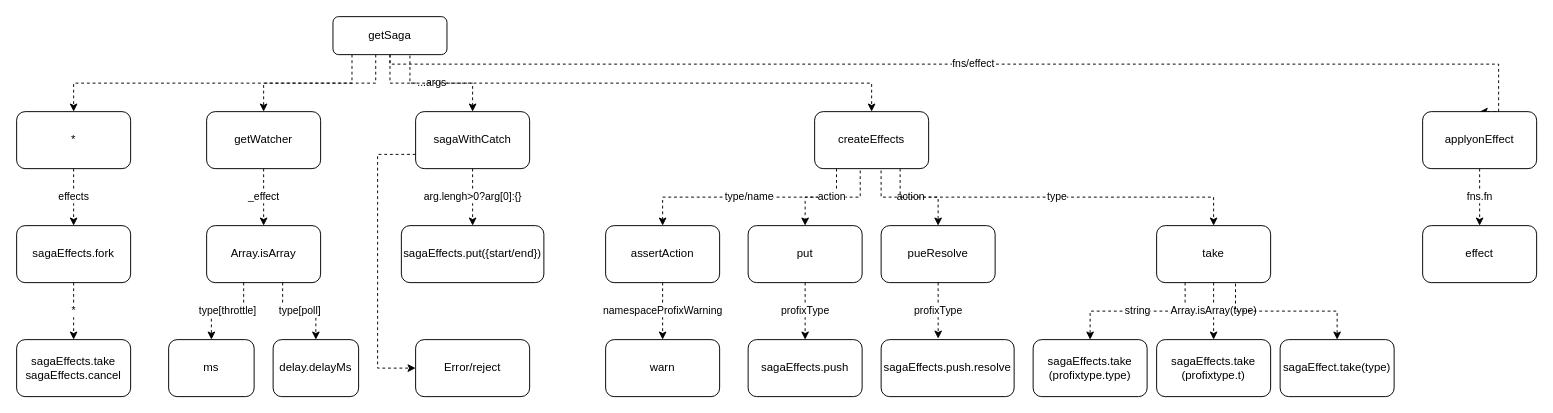
Above: page "getSaga" (3 of 6) of background-flutter/other/dva.drawio in hexipei/draw.io (draw.io), before the change. Source tidied: cells renumbered, new cells numbered last; positions are measured from the earlier drawing's top-left corner, leaving out a move shared by most shapes. Both pictures are drawn from the tidied source at 95%, with x=0, y=0 at pixel (16, 16).
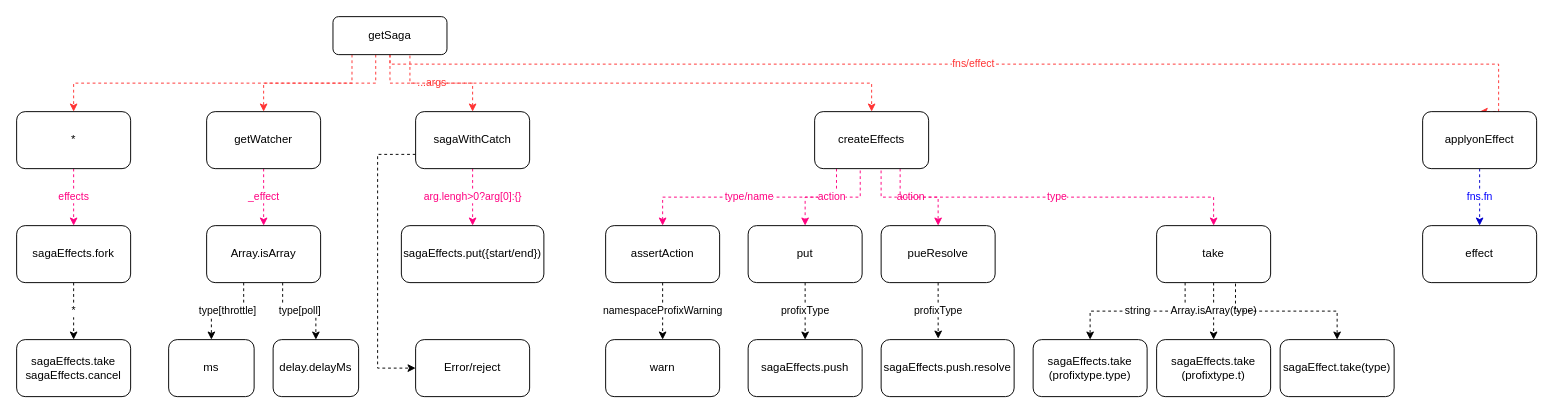
Above is the later version.

Unchanged cells that the change refers to:
```xml
<mxCell id="7" value="getSaga" style="rounded=1;whiteSpace=wrap;html=1;" parent="1" vertex="1">
  <mxGeometry x="333" width="120" height="40" as="geometry" />
</mxCell>
<mxCell id="9" value="*" style="rounded=1;whiteSpace=wrap;html=1;" parent="1" vertex="1">
  <mxGeometry y="100" width="120" height="60" as="geometry" />
</mxCell>
<mxCell id="11" value="sagaEffects.fork" style="rounded=1;whiteSpace=wrap;html=1;" parent="1" vertex="1">
  <mxGeometry y="220" width="120" height="60" as="geometry" />
</mxCell>
<mxCell id="14" value="getWatcher" style="rounded=1;whiteSpace=wrap;html=1;" parent="1" vertex="1">
  <mxGeometry x="200" y="100" width="120" height="60" as="geometry" />
</mxCell>
<mxCell id="17" value="Array.isArray" style="rounded=1;whiteSpace=wrap;html=1;" parent="1" vertex="1">
  <mxGeometry x="200" y="220" width="120" height="60" as="geometry" />
</mxCell>
<mxCell id="22" value="sagaWithCatch" style="rounded=1;whiteSpace=wrap;html=1;" parent="1" vertex="1">
  <mxGeometry x="420" y="100" width="120" height="60" as="geometry" />
</mxCell>
<mxCell id="23" value="sagaEffects.put({start/end})" style="rounded=1;whiteSpace=wrap;html=1;" parent="1" vertex="1">
  <mxGeometry x="405" y="220" width="150" height="60" as="geometry" />
</mxCell>
<mxCell id="29" value="createEffects" style="rounded=1;whiteSpace=wrap;html=1;" parent="1" vertex="1">
  <mxGeometry x="840" y="100" width="120" height="60" as="geometry" />
</mxCell>
<mxCell id="31" value="assertAction" style="rounded=1;whiteSpace=wrap;html=1;" parent="1" vertex="1">
  <mxGeometry x="620" y="220" width="120" height="60" as="geometry" />
</mxCell>
<mxCell id="34" value="put" style="rounded=1;whiteSpace=wrap;html=1;" parent="1" vertex="1">
  <mxGeometry x="770" y="220" width="120" height="60" as="geometry" />
</mxCell>
<mxCell id="37" value="pueResolve" style="rounded=1;whiteSpace=wrap;html=1;" parent="1" vertex="1">
  <mxGeometry x="910" y="220" width="120" height="60" as="geometry" />
</mxCell>
<mxCell id="42" value="take" style="rounded=1;whiteSpace=wrap;html=1;" parent="1" vertex="1">
  <mxGeometry x="1200" y="220" width="120" height="60" as="geometry" />
</mxCell>
<mxCell id="47" value="applyonEffect" style="rounded=1;whiteSpace=wrap;html=1;" parent="1" vertex="1">
  <mxGeometry x="1480" y="100" width="120" height="60" as="geometry" />
</mxCell>
<mxCell id="48" value="effect" style="rounded=1;whiteSpace=wrap;html=1;" parent="1" vertex="1">
  <mxGeometry x="1480" y="220" width="120" height="60" as="geometry" />
</mxCell>
```

The edit, as a diff of the source:
```diff
@@
-    <mxCell id="2" style="edgeStyle=orthogonalEdgeStyle;rounded=0;jettySize=auto;html=1;exitX=0.167;exitY=1;exitDx=0;exitDy=0;entryX=0.5;entryY=0;entryDx=0;entryDy=0;dashed=1;exitPerimeter=0;" parent="1" edge="1" source="7" target="9">
+    <mxCell id="2" style="edgeStyle=orthogonalEdgeStyle;rounded=0;jettySize=auto;html=1;exitX=0.167;exitY=1;exitDx=0;exitDy=0;entryX=0.5;entryY=0;entryDx=0;entryDy=0;dashed=1;exitPerimeter=0;fontColor=#FF3333;labelBackgroundColor=#FFFFFF;strokeColor=#FF3333;" parent="1" edge="1" source="7" target="9">
       <mxGeometry relative="1" as="geometry" />
     </mxCell>
-    <mxCell id="3" style="edgeStyle=orthogonalEdgeStyle;rounded=0;jettySize=auto;html=1;exitX=0.375;exitY=1;exitDx=0;exitDy=0;dashed=1;exitPerimeter=0;" parent="1" edge="1" source="7" target="14">
+    <mxCell id="3" style="edgeStyle=orthogonalEdgeStyle;rounded=0;jettySize=auto;html=1;exitX=0.375;exitY=1;exitDx=0;exitDy=0;dashed=1;exitPerimeter=0;fontColor=#FF3333;labelBackgroundColor=#FFFFFF;strokeColor=#FF3333;" parent="1" edge="1" source="7" target="14">
       <mxGeometry relative="1" as="geometry" />
     </mxCell>
-    <mxCell id="4" value="...args" style="edgeStyle=orthogonalEdgeStyle;rounded=0;jettySize=auto;html=1;exitX=0.5;exitY=1;exitDx=0;exitDy=0;entryX=0.5;entryY=0;entryDx=0;entryDy=0;dashed=1;" parent="1" edge="1" source="7" target="22">
+    <mxCell id="4" value="...args" style="edgeStyle=orthogonalEdgeStyle;rounded=0;jettySize=auto;html=1;exitX=0.5;exitY=1;exitDx=0;exitDy=0;entryX=0.5;entryY=0;entryDx=0;entryDy=0;dashed=1;fontColor=#FF3333;labelBackgroundColor=#FFFFFF;strokeColor=#FF3333;" parent="1" edge="1" source="7" target="22">
       <mxGeometry relative="1" as="geometry" />
     </mxCell>
-    <mxCell id="5" style="edgeStyle=orthogonalEdgeStyle;rounded=0;jettySize=auto;html=1;exitX=0.675;exitY=1.025;exitDx=0;exitDy=0;entryX=0.5;entryY=0;entryDx=0;entryDy=0;dashed=1;exitPerimeter=0;" parent="1" edge="1" source="7" target="29">
+    <mxCell id="5" style="edgeStyle=orthogonalEdgeStyle;rounded=0;jettySize=auto;html=1;exitX=0.675;exitY=1.025;exitDx=0;exitDy=0;entryX=0.5;entryY=0;entryDx=0;entryDy=0;dashed=1;exitPerimeter=0;fontColor=#FF3333;labelBackgroundColor=#FFFFFF;strokeColor=#FF3333;" parent="1" edge="1" source="7" target="29">
       <mxGeometry relative="1" as="geometry" />
     </mxCell>
-    <mxCell id="6" value="fns/effect" style="edgeStyle=orthogonalEdgeStyle;rounded=0;jettySize=auto;html=1;exitX=0.5;exitY=1;exitDx=0;exitDy=0;entryX=0.5;entryY=0;entryDx=0;entryDy=0;dashed=1;" parent="1" edge="1" source="7" target="47">
+    <mxCell id="6" value="fns/effect" style="edgeStyle=orthogonalEdgeStyle;rounded=0;jettySize=auto;html=1;exitX=0.5;exitY=1;exitDx=0;exitDy=0;entryX=0.5;entryY=0;entryDx=0;entryDy=0;dashed=1;fontColor=#FF3333;labelBackgroundColor=#FFFFFF;strokeColor=#FF3333;" parent="1" edge="1" source="7" target="47">
       <mxGeometry relative="1" as="geometry">
         <Array as="points">
           <mxPoint x="393" y="50" />
           <mxPoint x="1560" y="50" />
         </Array>
       </mxGeometry>
     </mxCell>
@@
-    <mxCell id="8" value="effects" style="edgeStyle=orthogonalEdgeStyle;rounded=0;jettySize=auto;html=1;exitX=0.5;exitY=1;exitDx=0;exitDy=0;entryX=0.5;entryY=0;entryDx=0;entryDy=0;dashed=1;" parent="1" edge="1" source="9" target="11">
+    <mxCell id="8" value="effects" style="edgeStyle=orthogonalEdgeStyle;rounded=0;jettySize=auto;html=1;exitX=0.5;exitY=1;exitDx=0;exitDy=0;entryX=0.5;entryY=0;entryDx=0;entryDy=0;dashed=1;strokeColor=#FF0080;fontColor=#FF0080;" parent="1" edge="1" source="9" target="11">
       <mxGeometry relative="1" as="geometry" />
     </mxCell>
@@
-    <mxCell id="13" value="_effect" style="edgeStyle=orthogonalEdgeStyle;rounded=0;jettySize=auto;html=1;exitX=0.5;exitY=1;exitDx=0;exitDy=0;entryX=0.5;entryY=0;entryDx=0;entryDy=0;dashed=1;" parent="1" edge="1" source="14" target="17">
+    <mxCell id="13" value="_effect" style="edgeStyle=orthogonalEdgeStyle;rounded=0;jettySize=auto;html=1;exitX=0.5;exitY=1;exitDx=0;exitDy=0;entryX=0.5;entryY=0;entryDx=0;entryDy=0;dashed=1;strokeColor=#FF0080;fontColor=#FF0080;" parent="1" edge="1" source="14" target="17">
       <mxGeometry relative="1" as="geometry" />
     </mxCell>
@@
-    <mxCell id="20" value="arg.lengh&amp;gt;0?arg[0]:{}" style="edgeStyle=orthogonalEdgeStyle;rounded=0;jettySize=auto;html=1;exitX=0.5;exitY=1;exitDx=0;exitDy=0;dashed=1;" parent="1" edge="1" source="22" target="23">
+    <mxCell id="20" value="arg.lengh&amp;gt;0?arg[0]:{}" style="edgeStyle=orthogonalEdgeStyle;rounded=0;jettySize=auto;html=1;exitX=0.5;exitY=1;exitDx=0;exitDy=0;dashed=1;strokeColor=#FF0080;fontColor=#FF0080;" parent="1" edge="1" source="22" target="23">
       <mxGeometry relative="1" as="geometry" />
     </mxCell>
@@
-    <mxCell id="25" value="type/name" style="edgeStyle=orthogonalEdgeStyle;rounded=0;jettySize=auto;html=1;exitX=0.192;exitY=1;exitDx=0;exitDy=0;entryX=0.5;entryY=0;entryDx=0;entryDy=0;dashed=1;exitPerimeter=0;" parent="1" edge="1" source="29" target="31">
+    <mxCell id="25" value="type/name" style="edgeStyle=orthogonalEdgeStyle;rounded=0;jettySize=auto;html=1;exitX=0.192;exitY=1;exitDx=0;exitDy=0;entryX=0.5;entryY=0;entryDx=0;entryDy=0;dashed=1;exitPerimeter=0;fontColor=#FF0080;strokeColor=#FF0080;" parent="1" edge="1" source="29" target="31">
       <mxGeometry relative="1" as="geometry" />
     </mxCell>
-    <mxCell id="26" value="action" style="edgeStyle=orthogonalEdgeStyle;rounded=0;jettySize=auto;html=1;exitX=0.4;exitY=1.033;exitDx=0;exitDy=0;entryX=0.5;entryY=0;entryDx=0;entryDy=0;dashed=1;exitPerimeter=0;" parent="1" edge="1" source="29" target="34">
+    <mxCell id="26" value="action" style="edgeStyle=orthogonalEdgeStyle;rounded=0;jettySize=auto;html=1;exitX=0.4;exitY=1.033;exitDx=0;exitDy=0;entryX=0.5;entryY=0;entryDx=0;entryDy=0;dashed=1;exitPerimeter=0;fontColor=#FF0080;strokeColor=#FF0080;" parent="1" edge="1" source="29" target="34">
       <mxGeometry relative="1" as="geometry" />
     </mxCell>
-    <mxCell id="27" value="action" style="edgeStyle=orthogonalEdgeStyle;rounded=0;jettySize=auto;html=1;exitX=0.583;exitY=1.033;exitDx=0;exitDy=0;dashed=1;exitPerimeter=0;" parent="1" edge="1" source="29" target="37">
+    <mxCell id="27" value="action" style="edgeStyle=orthogonalEdgeStyle;rounded=0;jettySize=auto;html=1;exitX=0.583;exitY=1.033;exitDx=0;exitDy=0;dashed=1;exitPerimeter=0;fontColor=#FF0080;strokeColor=#FF0080;" parent="1" edge="1" source="29" target="37">
       <mxGeometry relative="1" as="geometry" />
     </mxCell>
-    <mxCell id="28" value="type" style="edgeStyle=orthogonalEdgeStyle;rounded=0;jettySize=auto;html=1;exitX=0.75;exitY=1;exitDx=0;exitDy=0;entryX=0.5;entryY=0;entryDx=0;entryDy=0;dashed=1;" parent="1" edge="1" source="29" target="42">
+    <mxCell id="28" value="type" style="edgeStyle=orthogonalEdgeStyle;rounded=0;jettySize=auto;html=1;exitX=0.75;exitY=1;exitDx=0;exitDy=0;entryX=0.5;entryY=0;entryDx=0;entryDy=0;dashed=1;fontColor=#FF0080;strokeColor=#FF0080;" parent="1" edge="1" source="29" target="42">
       <mxGeometry relative="1" as="geometry" />
     </mxCell>
@@
-    <mxCell id="46" value="fns.fn" style="edgeStyle=orthogonalEdgeStyle;rounded=0;jettySize=auto;html=1;exitX=0.5;exitY=1;exitDx=0;exitDy=0;dashed=1;" parent="1" edge="1" source="47" target="48">
+    <mxCell id="46" value="fns.fn" style="edgeStyle=orthogonalEdgeStyle;rounded=0;jettySize=auto;html=1;exitX=0.5;exitY=1;exitDx=0;exitDy=0;dashed=1;strokeColor=#0000CC;fontColor=#0000FF;" parent="1" edge="1" source="47" target="48">
       <mxGeometry relative="1" as="geometry" />
     </mxCell>
```
